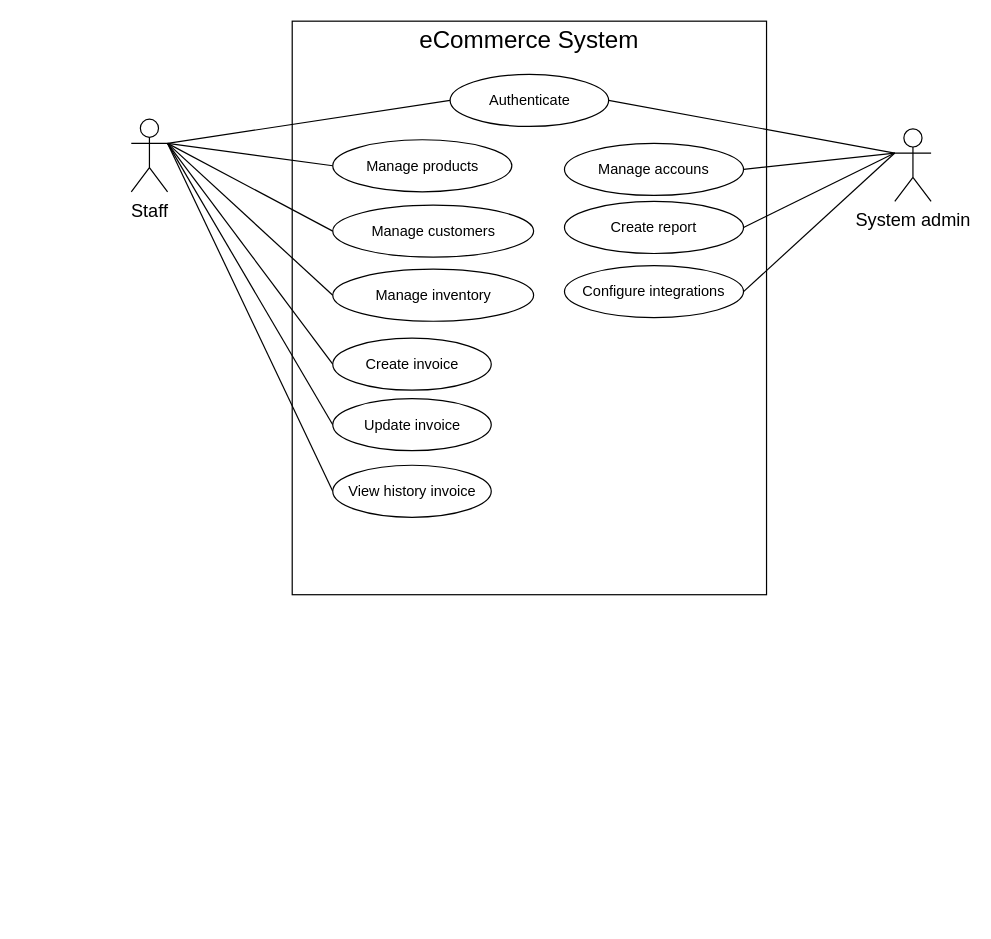
This is page "Usecase Diagram" (2 of 2) of documents/ExportedDiragram/eCommerce Diagram.drawio from ThuanNg05/eCommerce, a draw.io file, before an edit. Source tidied: cells renumbered, new cells numbered last; positions are measured from the earlier drawing's top-left corner, leaving out a move shared by most shapes. Both pictures are drawn from the tidied source at 121%, with x=0, y=0 at pixel (131, 21).
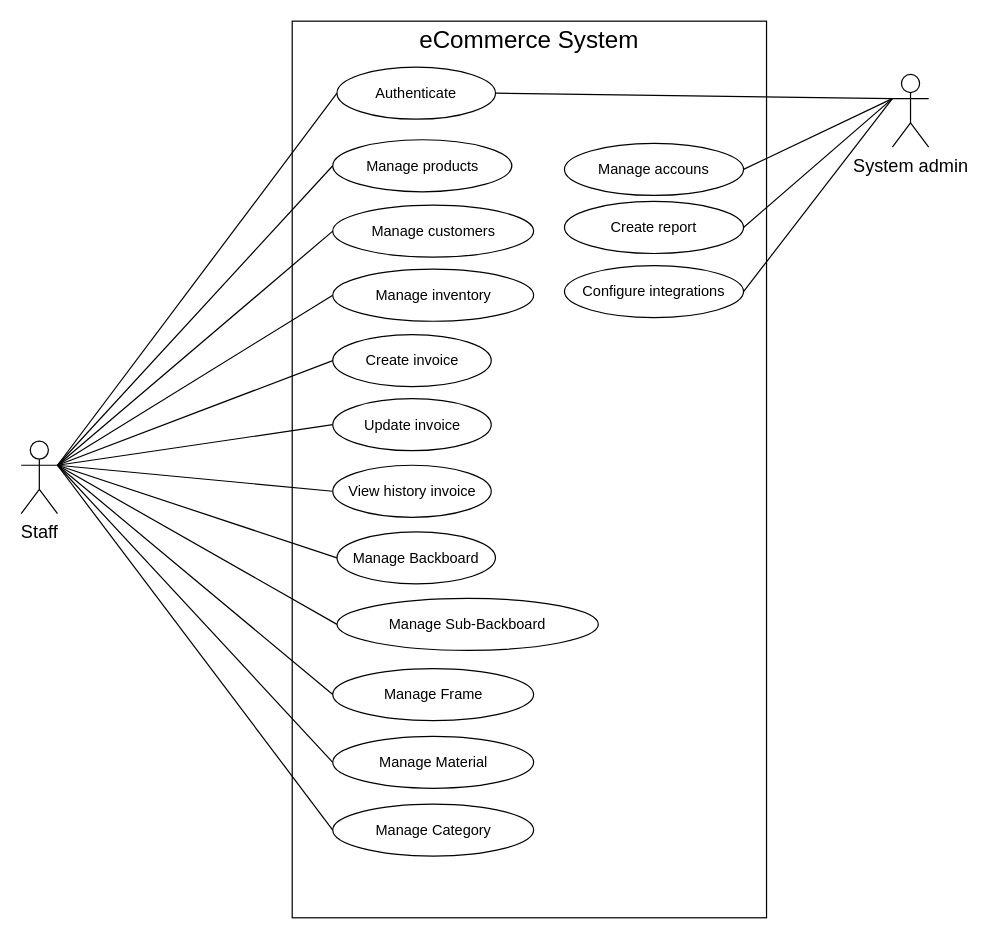
After the change.

Diff of the diagram source:
```diff
@@
     <mxCell id="2" style="rounded=0;whiteSpace=wrap;html=1;" parent="1" vertex="1">
-      <mxGeometry x="133" width="392" height="474" as="geometry" />
+      <mxGeometry x="133" width="392" height="741" as="geometry" />
     </mxCell>
@@
+    <mxCell id="27" style="rounded=0;jettySize=auto;html=1;exitX=1;exitY=0.3333333333333333;exitDx=0;exitDy=0;exitPerimeter=0;entryX=0;entryY=0.5;entryDx=0;entryDy=0;endArrow=none;endFill=0;" parent="1" edge="1" source="11" target="32">
+      <mxGeometry relative="1" as="geometry" />
+    </mxCell>
+    <mxCell id="28" style="rounded=0;jettySize=auto;html=1;exitX=1;exitY=0.3333333333333333;exitDx=0;exitDy=0;exitPerimeter=0;entryX=0;entryY=0.5;entryDx=0;entryDy=0;endArrow=none;endFill=0;" parent="1" edge="1" source="11" target="33">
+      <mxGeometry relative="1" as="geometry" />
+    </mxCell>
+    <mxCell id="29" style="rounded=0;jettySize=auto;html=1;exitX=1;exitY=0.3333333333333333;exitDx=0;exitDy=0;exitPerimeter=0;entryX=0;entryY=0.5;entryDx=0;entryDy=0;endArrow=none;endFill=0;" parent="1" edge="1" source="11" target="34">
+      <mxGeometry relative="1" as="geometry" />
+    </mxCell>
+    <mxCell id="30" style="rounded=0;jettySize=auto;html=1;exitX=1;exitY=0.3333333333333333;exitDx=0;exitDy=0;exitPerimeter=0;entryX=0;entryY=0.5;entryDx=0;entryDy=0;endArrow=none;endFill=0;" parent="1" edge="1" source="11" target="35">
+      <mxGeometry relative="1" as="geometry" />
+    </mxCell>
+    <mxCell id="31" style="rounded=0;jettySize=auto;html=1;exitX=1;exitY=0.3333333333333333;exitDx=0;exitDy=0;exitPerimeter=0;entryX=0;entryY=0.5;entryDx=0;entryDy=0;endArrow=none;endFill=0;" parent="1" edge="1" source="11" target="36">
+      <mxGeometry relative="1" as="geometry" />
+    </mxCell>
     <mxCell id="11" value="Staff" style="shape=umlActor;verticalLabelPosition=bottom;verticalAlign=top;html=1;outlineConnect=0;fontSize=15;" parent="1" vertex="1">
-      <mxGeometry y="81" width="30" height="60" as="geometry" />
+      <mxGeometry x="-91" y="347" width="30" height="60" as="geometry" />
     </mxCell>
@@
     <mxCell id="16" value="System admin" style="shape=umlActor;verticalLabelPosition=bottom;verticalAlign=top;html=1;outlineConnect=0;fontSize=15;" parent="1" vertex="1">
-      <mxGeometry x="631" y="89" width="30" height="60" as="geometry" />
+      <mxGeometry x="629" y="44" width="30" height="60" as="geometry" />
     </mxCell>
@@
     <mxCell id="20" value="Create invoice" style="ellipse;whiteSpace=wrap;html=1;shapeInside=1;" parent="1" vertex="1">
-      <mxGeometry x="166.5" y="262" width="131" height="43" as="geometry" />
+      <mxGeometry x="166.5" y="259" width="131" height="43" as="geometry" />
     </mxCell>
@@
     <mxCell id="22" value="Authenticate" style="ellipse;whiteSpace=wrap;html=1;shapeInside=1;" parent="1" vertex="1">
-      <mxGeometry x="263.5" y="44" width="131" height="43" as="geometry" />
+      <mxGeometry x="170" y="38" width="131" height="43" as="geometry" />
     </mxCell>
@@
+    <mxCell id="32" value="Manage Backboard" style="ellipse;whiteSpace=wrap;html=1;shapeInside=1;" parent="1" vertex="1">
+      <mxGeometry x="170" y="422" width="131" height="43" as="geometry" />
+    </mxCell>
+    <mxCell id="33" value="Manage Sub-Backboard" style="ellipse;whiteSpace=wrap;html=1;shapeInside=1;" parent="1" vertex="1">
+      <mxGeometry x="170" y="477" width="216" height="43" as="geometry" />
+    </mxCell>
+    <mxCell id="34" value="Manage Frame" style="ellipse;whiteSpace=wrap;html=1;shapeInside=1;" parent="1" vertex="1">
+      <mxGeometry x="166.5" y="535" width="166" height="43" as="geometry" />
+    </mxCell>
+    <mxCell id="35" value="Manage Material" style="ellipse;whiteSpace=wrap;html=1;shapeInside=1;" parent="1" vertex="1">
+      <mxGeometry x="166.5" y="591" width="166" height="43" as="geometry" />
+    </mxCell>
+    <mxCell id="36" value="Manage Category" style="ellipse;whiteSpace=wrap;html=1;shapeInside=1;" parent="1" vertex="1">
+      <mxGeometry x="166.5" y="647" width="166" height="43" as="geometry" />
+    </mxCell>
```
